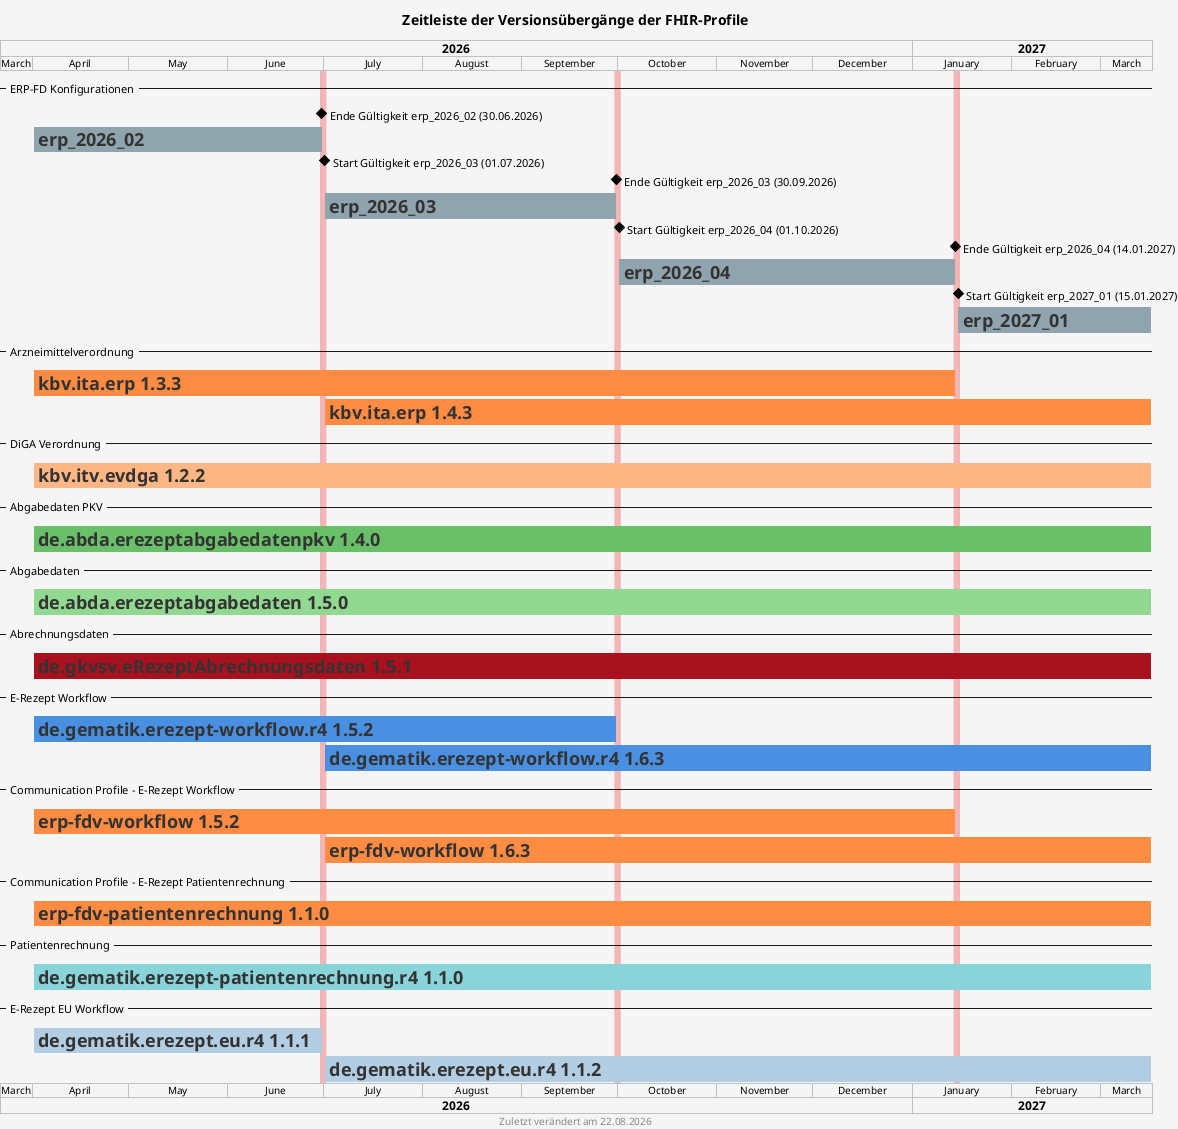
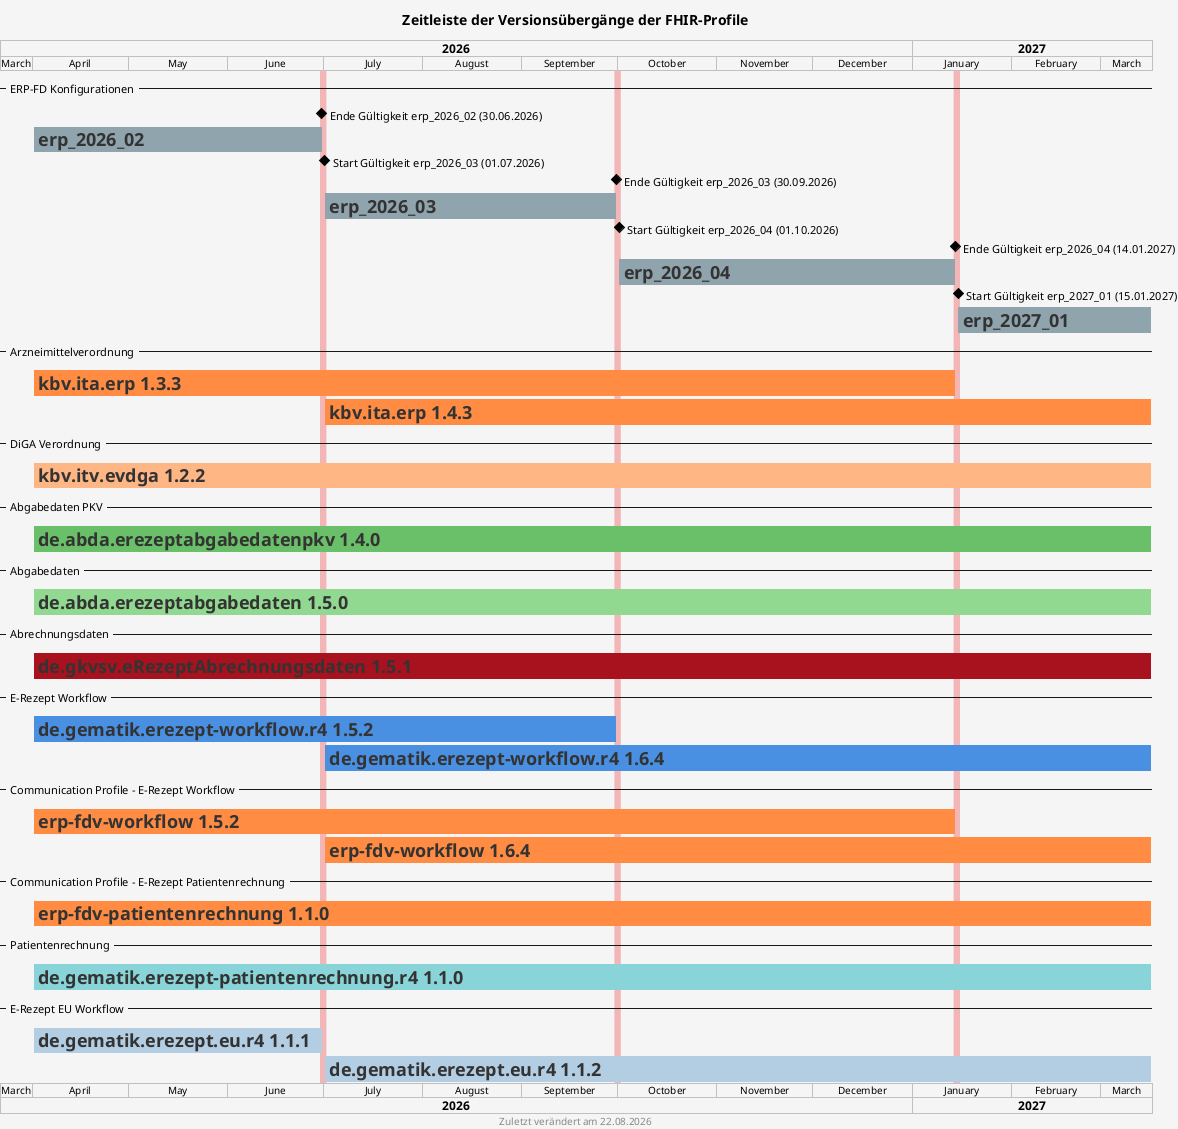
@startgantt
!define kbvcolor #ff8c42
!define evdgacolor #ffb685
!define davpkvcolor #6abf69
!define davcolor #91d891
!define gkvsvcolor #A8111E
!define gematikcolor #4a90e2
!define gematikcolor_fdv #5a6fa5
!define gematikcolor_patrn #88d4d8
!define gematikcolor_eu #b3cde3
!define erpfdcolor #90a4ae

!define datelinecolor #f2b6b6

<style>
document {
   BackGroundColor #f5f5f5
}
ganttDiagram {
   task {
      BackGroundColor GreenYellow
      LineColor Green
      FontColor #333333
      FontSize 18
      FontStyle bold
   }
}
</style>

title Zeitleiste der Versionsübergänge der FHIR-Profile
footer Zuletzt verändert am %date("dd.MM.yyyy")

projectscale monthly zoom 3
Project starts 2026-03-22

-- ERP-FD Konfigurationen --

2026-06-30 is colored datelinecolor

[Ende Gültigkeit erp_2026_02 (30.06.2026)] happens on 2026-06-30

[erp_2026_02] starts 2026-04-01
[erp_2026_02] ends 2026-06-30
[erp_2026_02] is colored in erpfdcolor

2026-07-01 is colored datelinecolor
2026-09-30 is colored datelinecolor

[Start Gültigkeit erp_2026_03 (01.07.2026)] happens on 2026-07-01
[Ende Gültigkeit erp_2026_03 (30.09.2026)] happens on 2026-09-30

[erp_2026_03] starts 2026-07-01
[erp_2026_03] ends 2026-09-30
[erp_2026_03] is colored in erpfdcolor

2026-10-01 is colored datelinecolor
2027-01-14 is colored datelinecolor

[Start Gültigkeit erp_2026_04 (01.10.2026)] happens on 2026-10-01
[Ende Gültigkeit erp_2026_04 (14.01.2027)] happens on 2027-01-14

[erp_2026_04] starts 2026-10-01
[erp_2026_04] ends 2027-01-14
[erp_2026_04] is colored in erpfdcolor

2027-01-15 is colored datelinecolor

[Start Gültigkeit erp_2027_01 (15.01.2027)] happens on 2027-01-15
[Ende Gültigkeit erp_2026_04 (14.01.2027)] happens on 2027-01-14

[erp_2027_01] starts 2027-01-15
[erp_2027_01] ends 2027-03-16
[erp_2027_01] is colored in erpfdcolor

-- Arzneimittelverordnung --

[kbv.ita.erp 1.3.3] starts 2026-04-01 and ends 2027-01-14
[kbv.ita.erp 1.3.3] is colored in kbvcolor

[kbv.ita.erp 1.4.3] starts 2026-07-01 and ends 2027-03-16
[kbv.ita.erp 1.4.3] is colored in kbvcolor

-- DiGA Verordnung --

[kbv.itv.evdga 1.2.2] starts 2026-04-01 and ends 2027-03-16
[kbv.itv.evdga 1.2.2] is colored in evdgacolor

-- Abgabedaten PKV --

[de.abda.erezeptabgabedatenpkv 1.4.0] starts 2026-04-01 and ends 2027-03-16
[de.abda.erezeptabgabedatenpkv 1.4.0] is colored in davpkvcolor

-- Abgabedaten --

[de.abda.erezeptabgabedaten 1.5.0] starts 2026-04-01 and ends 2027-03-16
[de.abda.erezeptabgabedaten 1.5.0] is colored in davcolor

-- Abrechnungsdaten --

[de.gkvsv.eRezeptAbrechnungsdaten 1.5.1] starts 2026-04-01 and ends 2027-03-16
[de.gkvsv.eRezeptAbrechnungsdaten 1.5.1] is colored in gkvsvcolor

-- E-Rezept Workflow --

[de.gematik.erezept-workflow.r4 1.5.2] starts 2026-04-01 and ends 2026-09-30
[de.gematik.erezept-workflow.r4 1.5.2] is colored in gematikcolor

- [de.gematik.erezept-workflow.r4 1.6.3] starts 2026-07-01 and ends 2027-03-16
- [de.gematik.erezept-workflow.r4 1.6.3] is colored in gematikcolor
+ [de.gematik.erezept-workflow.r4 1.6.4] starts 2026-07-01 and ends 2027-03-16
+ [de.gematik.erezept-workflow.r4 1.6.4] is colored in gematikcolor

-- Communication Profile - E-Rezept Workflow --

[erp-fdv-workflow 1.5.2] starts 2026-04-01 and ends 2027-01-14
[erp-fdv-workflow 1.5.2] is colored in kbvcolor

- [erp-fdv-workflow 1.6.3] starts 2026-07-01 and ends 2027-03-16
- [erp-fdv-workflow 1.6.3] is colored in kbvcolor
+ [erp-fdv-workflow 1.6.4] starts 2026-07-01 and ends 2027-03-16
+ [erp-fdv-workflow 1.6.4] is colored in kbvcolor

-- Communication Profile - E-Rezept Patientenrechnung --

[erp-fdv-patientenrechnung 1.1.0] starts 2026-04-01 and ends 2027-03-16
[erp-fdv-patientenrechnung 1.1.0] is colored in kbvcolor

-- Patientenrechnung --

[de.gematik.erezept-patientenrechnung.r4 1.1.0] starts 2026-04-01 and ends 2027-03-16
[de.gematik.erezept-patientenrechnung.r4 1.1.0] is colored in gematikcolor_patrn

-- E-Rezept EU Workflow --

[de.gematik.erezept.eu.r4 1.1.1] starts 2026-04-01 and ends 2026-06-30
[de.gematik.erezept.eu.r4 1.1.1] is colored in gematikcolor_eu

[de.gematik.erezept.eu.r4 1.1.2] starts 2026-07-01 and ends 2027-03-16
[de.gematik.erezept.eu.r4 1.1.2] is colored in gematikcolor_eu

@endgantt